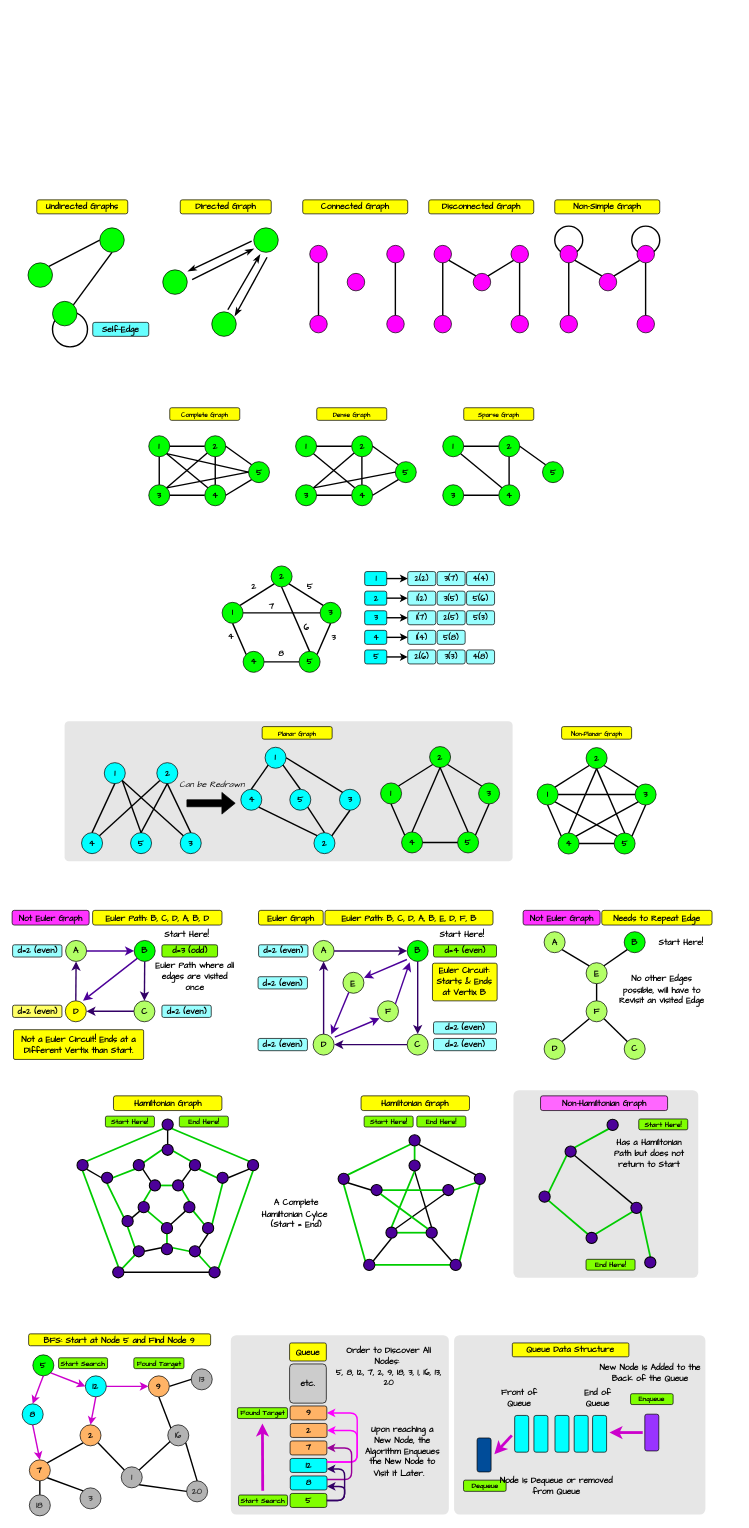
Before: Computer Science/Foundations of Computing/Module 01 Graphs and Trees/resources/Drawings.drawio in ByteToBits/CompScience, a draw.io diagram. Source tidied: cells renumbered, new cells numbered last; positions are measured from the earlier drawing's top-left corner, leaving out a move shared by most shapes. Both pictures are drawn from the tidied source at 70%, with x=0, y=0 at pixel (12, 200).
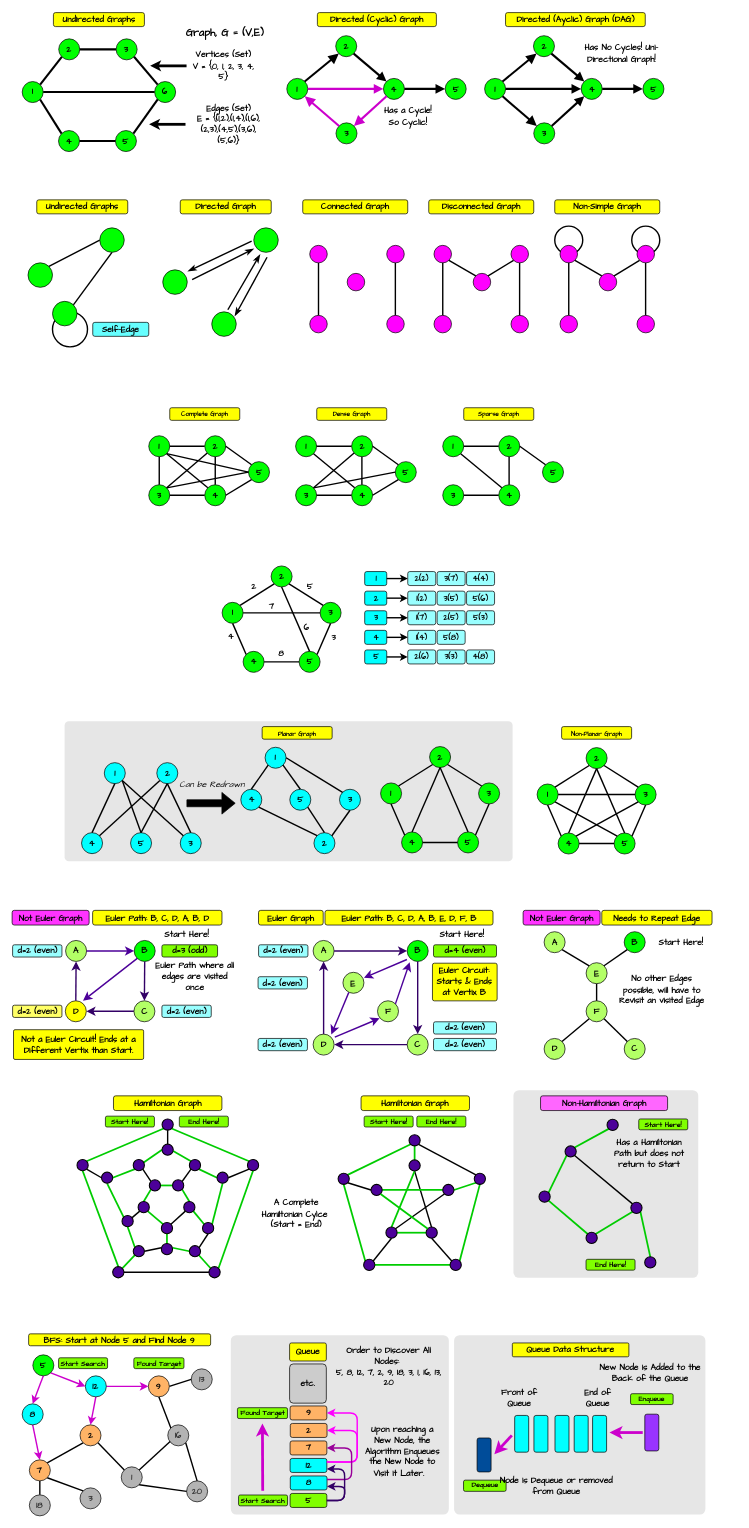
After the change.

Commit message (it also covers changes not shown here):
Added Graph Notation Diagrams for Better Understanding

Change to the diagram source:
```diff
@@
+    <mxCell id="414" value="&lt;b style=&quot;color: rgb(0, 0, 0); font-family: &amp;quot;Comic Sans MS&amp;quot;;&quot;&gt;1&lt;/b&gt;" style="ellipse;whiteSpace=wrap;html=1;fillColor=#00FF00;strokeColor=#000000;" parent="1" vertex="1">
+      <mxGeometry x="14.2" y="-169" width="30" height="30" as="geometry" />
+    </mxCell>
+    <mxCell id="415" value="&lt;font face=&quot;Comic Sans MS&quot; color=&quot;#000000&quot;&gt;&lt;b&gt;2&lt;/b&gt;&lt;/font&gt;" style="ellipse;whiteSpace=wrap;html=1;fillColor=#00FF00;strokeColor=#000000;" parent="1" vertex="1">
+      <mxGeometry x="66.4" y="-230" width="30" height="30" as="geometry" />
+    </mxCell>
+    <mxCell id="416" value="&lt;b style=&quot;color: rgb(0, 0, 0); font-family: &amp;quot;Comic Sans MS&amp;quot;;&quot;&gt;4&lt;/b&gt;" style="ellipse;whiteSpace=wrap;html=1;fillColor=#00FF00;strokeColor=#000000;" parent="1" vertex="1">
+      <mxGeometry x="66.1" y="-99" width="30" height="30" as="geometry" />
+    </mxCell>
+    <mxCell id="417" value="&lt;font face=&quot;Comic Sans MS&quot; color=&quot;#000000&quot;&gt;&lt;b&gt;5&lt;/b&gt;&lt;/font&gt;" style="ellipse;whiteSpace=wrap;html=1;fillColor=#00FF00;strokeColor=#000000;" parent="1" vertex="1">
+      <mxGeometry x="147.4" y="-99" width="30" height="30" as="geometry" />
+    </mxCell>
+    <mxCell id="418" style="endArrow=none;html=1;rounded=0;endSize=7;strokeWidth=3;strokeColor=#000000;startArrow=none;startFill=0;entryX=1;entryY=1;entryDx=0;entryDy=0;exitX=0;exitY=0;exitDx=0;exitDy=0;" parent="1" edge="1" source="416" target="414">
+      <mxGeometry relative="1" as="geometry" />
+    </mxCell>
+    <mxCell id="419" value="&lt;font face=&quot;Comic Sans MS&quot; color=&quot;#000000&quot;&gt;&lt;b&gt;3&lt;/b&gt;&lt;/font&gt;" style="ellipse;whiteSpace=wrap;html=1;fillColor=#00FF00;strokeColor=#000000;" parent="1" vertex="1">
+      <mxGeometry x="148.4" y="-230" width="30" height="30" as="geometry" />
+    </mxCell>
+    <mxCell id="420" style="endArrow=none;html=1;rounded=0;endSize=7;strokeWidth=3;strokeColor=#000000;startArrow=none;startFill=0;entryX=1;entryY=0.5;entryDx=0;entryDy=0;exitX=0;exitY=0.5;exitDx=0;exitDy=0;" parent="1" edge="1" source="417" target="416">
+      <mxGeometry relative="1" as="geometry" />
+    </mxCell>
+    <mxCell id="421" style="endArrow=none;html=1;rounded=0;endSize=7;strokeWidth=3;strokeColor=#000000;startArrow=none;startFill=0;exitX=1;exitY=0.5;exitDx=0;exitDy=0;entryX=0;entryY=0.5;entryDx=0;entryDy=0;" parent="1" edge="1" source="414" target="424">
+      <mxGeometry relative="1" as="geometry" />
+    </mxCell>
+    <mxCell id="422" style="endArrow=none;html=1;rounded=0;endSize=7;strokeWidth=3;strokeColor=#000000;startArrow=none;startFill=0;entryX=0;entryY=0.5;entryDx=0;entryDy=0;exitX=1;exitY=0.5;exitDx=0;exitDy=0;" parent="1" edge="1" source="415" target="419">
+      <mxGeometry relative="1" as="geometry" />
+    </mxCell>
+    <mxCell id="423" style="endArrow=none;html=1;rounded=0;endSize=7;strokeWidth=3;strokeColor=#000000;startArrow=none;startFill=0;entryX=0;entryY=1;entryDx=0;entryDy=0;exitX=1;exitY=0;exitDx=0;exitDy=0;" parent="1" edge="1" source="414" target="415">
+      <mxGeometry relative="1" as="geometry" />
+    </mxCell>
+    <mxCell id="424" value="&lt;font face=&quot;Comic Sans MS&quot; color=&quot;#000000&quot;&gt;&lt;b&gt;6&lt;/b&gt;&lt;/font&gt;" style="ellipse;whiteSpace=wrap;html=1;fillColor=#00FF00;strokeColor=#000000;" parent="1" vertex="1">
+      <mxGeometry x="203.4" y="-169" width="30" height="30" as="geometry" />
+    </mxCell>
+    <mxCell id="425" style="endArrow=none;html=1;rounded=0;endSize=7;strokeWidth=3;strokeColor=#000000;startArrow=none;startFill=0;entryX=0;entryY=0;entryDx=0;entryDy=0;exitX=1;exitY=1;exitDx=0;exitDy=0;" parent="1" edge="1" source="419" target="424">
+      <mxGeometry relative="1" as="geometry" />
+    </mxCell>
+    <mxCell id="426" style="endArrow=none;html=1;rounded=0;endSize=7;strokeWidth=3;strokeColor=#000000;startArrow=none;startFill=0;entryX=0;entryY=1;entryDx=0;entryDy=0;exitX=1;exitY=0;exitDx=0;exitDy=0;" parent="1" edge="1" source="417" target="424">
+      <mxGeometry relative="1" as="geometry" />
+    </mxCell>
+    <mxCell id="427" value="&lt;font face=&quot;Comic Sans MS&quot;&gt;&lt;b&gt;Edges (Set)&lt;/b&gt;&lt;/font&gt;&lt;div&gt;&lt;font face=&quot;Comic Sans MS&quot;&gt;&lt;b&gt;E = {(1,2),(1,4),(1,6),(2,3),(4,5),(3,6),(5,6)}&lt;/b&gt;&lt;/font&gt;&lt;/div&gt;" style="rounded=1;whiteSpace=wrap;html=1;fillColor=none;strokeColor=none;fontColor=#000000;" parent="1" vertex="1">
+      <mxGeometry x="254.4" y="-116.5" width="110.6" height="17.5" as="geometry" />
+    </mxCell>
+    <mxCell id="428" style="endArrow=none;html=1;rounded=0;endSize=4;strokeWidth=4;strokeColor=#000000;startArrow=classic;startFill=1;startSize=3;" parent="1" edge="1">
+      <mxGeometry relative="1" as="geometry">
+        <mxPoint x="195.5" y="-107.9" as="sourcePoint" />
+        <mxPoint x="247.5" y="-107.9" as="targetPoint" />
+      </mxGeometry>
+    </mxCell>
+    <mxCell id="429" style="endArrow=none;html=1;rounded=0;endSize=4;strokeWidth=4;strokeColor=#000000;startArrow=classic;startFill=1;startSize=3;" parent="1" edge="1">
+      <mxGeometry relative="1" as="geometry">
+        <mxPoint x="197" y="-191.4" as="sourcePoint" />
+        <mxPoint x="249" y="-191.4" as="targetPoint" />
+      </mxGeometry>
+    </mxCell>
+    <mxCell id="430" value="&lt;font face=&quot;Comic Sans MS&quot;&gt;&lt;b&gt;Vertices (Set)&lt;/b&gt;&lt;/font&gt;&lt;div&gt;&lt;font face=&quot;Comic Sans MS&quot;&gt;&lt;b&gt;V = {0, 1, 2, 3, 4, 5}&lt;/b&gt;&lt;/font&gt;&lt;/div&gt;" style="rounded=1;whiteSpace=wrap;html=1;fillColor=none;strokeColor=none;fontColor=#000000;" parent="1" vertex="1">
+      <mxGeometry x="249.1" y="-200" width="105.9" height="17.5" as="geometry" />
+    </mxCell>
+    <mxCell id="431" value="&lt;font style=&quot;font-size: 15px;&quot; face=&quot;Comic Sans MS&quot;&gt;&lt;b style=&quot;&quot;&gt;Graph, G = (V,E)&lt;/b&gt;&lt;/font&gt;" style="rounded=1;whiteSpace=wrap;html=1;fillColor=none;strokeColor=none;fontColor=#000000;" parent="1" vertex="1">
+      <mxGeometry x="209.6" y="-247.5" width="187.6" height="17.5" as="geometry" />
+    </mxCell>
+    <mxCell id="432" value="&lt;font face=&quot;Comic Sans MS&quot;&gt;&lt;b&gt;Undirected Graphs&lt;/b&gt;&lt;/font&gt;" style="rounded=1;whiteSpace=wrap;html=1;fillColor=#FFFF00;strokeColor=#000000;fontColor=#000000;" parent="1" vertex="1">
+      <mxGeometry x="58.8" y="-267.5" width="130" height="20" as="geometry" />
+    </mxCell>
+    <mxCell id="433" value="&lt;b style=&quot;color: rgb(0, 0, 0); font-family: &amp;quot;Comic Sans MS&amp;quot;;&quot;&gt;1&lt;/b&gt;" style="ellipse;whiteSpace=wrap;html=1;fillColor=#00FF00;strokeColor=#000000;" parent="1" vertex="1">
+      <mxGeometry x="392.2" y="-173.5" width="30" height="30" as="geometry" />
+    </mxCell>
+    <mxCell id="434" value="&lt;font face=&quot;Comic Sans MS&quot; color=&quot;#000000&quot;&gt;&lt;b&gt;2&lt;/b&gt;&lt;/font&gt;" style="ellipse;whiteSpace=wrap;html=1;fillColor=#00FF00;strokeColor=#000000;" parent="1" vertex="1">
+      <mxGeometry x="462.1" y="-234.5" width="30" height="30" as="geometry" />
+    </mxCell>
+    <mxCell id="435" value="&lt;b style=&quot;color: rgb(0, 0, 0); font-family: &amp;quot;Comic Sans MS&amp;quot;;&quot;&gt;3&lt;/b&gt;" style="ellipse;whiteSpace=wrap;html=1;fillColor=#00FF00;strokeColor=#000000;" parent="1" vertex="1">
+      <mxGeometry x="462.5" y="-110" width="30" height="30" as="geometry" />
+    </mxCell>
+    <mxCell id="436" style="endArrow=block;html=1;rounded=0;endSize=7;strokeWidth=3;strokeColor=#CC00CC;startArrow=none;startFill=0;entryX=1;entryY=1;entryDx=0;entryDy=0;exitX=0;exitY=0;exitDx=0;exitDy=0;endFill=1;" parent="1" edge="1" source="435" target="433">
+      <mxGeometry relative="1" as="geometry" />
+    </mxCell>
+    <mxCell id="437" value="&lt;font face=&quot;Comic Sans MS&quot; color=&quot;#000000&quot;&gt;&lt;b&gt;4&lt;/b&gt;&lt;/font&gt;" style="ellipse;whiteSpace=wrap;html=1;fillColor=#00FF00;strokeColor=#000000;" parent="1" vertex="1">
+      <mxGeometry x="530.3" y="-173.5" width="30" height="30" as="geometry" />
+    </mxCell>
+    <mxCell id="438" style="endArrow=block;html=1;rounded=0;endSize=7;strokeWidth=3;strokeColor=#000000;startArrow=none;startFill=0;entryX=0;entryY=1;entryDx=0;entryDy=0;exitX=1;exitY=0;exitDx=0;exitDy=0;endFill=1;" parent="1" edge="1" source="433" target="434">
+      <mxGeometry relative="1" as="geometry" />
+    </mxCell>
+    <mxCell id="439" style="endArrow=block;html=1;rounded=0;endSize=7;strokeWidth=3;strokeColor=#CC00CC;startArrow=none;startFill=0;entryX=1;entryY=0;entryDx=0;entryDy=0;exitX=0;exitY=1;exitDx=0;exitDy=0;endFill=1;" parent="1" edge="1" source="437" target="435">
+      <mxGeometry relative="1" as="geometry" />
+    </mxCell>
+    <mxCell id="440" style="endArrow=none;html=1;rounded=0;endSize=7;strokeWidth=3;strokeColor=#000000;startArrow=block;startFill=1;entryX=1;entryY=1;entryDx=0;entryDy=0;exitX=0;exitY=0;exitDx=0;exitDy=0;endFill=0;" parent="1" edge="1" source="437" target="434">
+      <mxGeometry relative="1" as="geometry" />
+    </mxCell>
+    <mxCell id="441" value="&lt;font face=&quot;Comic Sans MS&quot; color=&quot;#000000&quot;&gt;&lt;b&gt;5&lt;/b&gt;&lt;/font&gt;" style="ellipse;whiteSpace=wrap;html=1;fillColor=#00FF00;strokeColor=#000000;" parent="1" vertex="1">
+      <mxGeometry x="618.5" y="-173.5" width="30" height="30" as="geometry" />
+    </mxCell>
+    <mxCell id="442" style="endArrow=none;html=1;rounded=0;endSize=7;strokeWidth=3;strokeColor=#000000;startArrow=block;startFill=1;exitX=0;exitY=0.5;exitDx=0;exitDy=0;entryX=1;entryY=0.5;entryDx=0;entryDy=0;endFill=0;" parent="1" edge="1" source="441" target="437">
+      <mxGeometry relative="1" as="geometry" />
+    </mxCell>
+    <mxCell id="443" style="endArrow=none;html=1;rounded=0;endSize=7;strokeWidth=3;strokeColor=#CC00CC;startArrow=block;startFill=1;exitX=0;exitY=0.5;exitDx=0;exitDy=0;entryX=1;entryY=0.5;entryDx=0;entryDy=0;endFill=0;" parent="1" edge="1" source="437" target="433">
+      <mxGeometry relative="1" as="geometry" />
+    </mxCell>
+    <mxCell id="444" value="&lt;font face=&quot;Comic Sans MS&quot;&gt;&lt;b&gt;Directed (Cyclic) Graph&lt;/b&gt;&lt;/font&gt;" style="rounded=1;whiteSpace=wrap;html=1;fillColor=#FFFF00;strokeColor=#000000;fontColor=#000000;" parent="1" vertex="1">
+      <mxGeometry x="435.9" y="-267.5" width="170" height="20" as="geometry" />
+    </mxCell>
+    <mxCell id="445" value="&lt;font face=&quot;Comic Sans MS&quot;&gt;&lt;b&gt;Has a Cycle! So Cyclic!&lt;/b&gt;&lt;/font&gt;" style="rounded=1;whiteSpace=wrap;html=1;fillColor=none;strokeColor=none;fontColor=#000000;" parent="1" vertex="1">
+      <mxGeometry x="522.9" y="-127.5" width="85.2" height="17.5" as="geometry" />
+    </mxCell>
+    <mxCell id="446" value="&lt;b style=&quot;color: rgb(0, 0, 0); font-family: &amp;quot;Comic Sans MS&amp;quot;;&quot;&gt;1&lt;/b&gt;" style="ellipse;whiteSpace=wrap;html=1;fillColor=#00FF00;strokeColor=#000000;" parent="1" vertex="1">
+      <mxGeometry x="674.8" y="-173.5" width="30" height="30" as="geometry" />
+    </mxCell>
+    <mxCell id="447" value="&lt;font face=&quot;Comic Sans MS&quot; color=&quot;#000000&quot;&gt;&lt;b&gt;2&lt;/b&gt;&lt;/font&gt;" style="ellipse;whiteSpace=wrap;html=1;fillColor=#00FF00;strokeColor=#000000;" parent="1" vertex="1">
+      <mxGeometry x="744.6" y="-234.5" width="30" height="30" as="geometry" />
+    </mxCell>
+    <mxCell id="448" value="&lt;b style=&quot;color: rgb(0, 0, 0); font-family: &amp;quot;Comic Sans MS&amp;quot;;&quot;&gt;3&lt;/b&gt;" style="ellipse;whiteSpace=wrap;html=1;fillColor=#00FF00;strokeColor=#000000;" parent="1" vertex="1">
+      <mxGeometry x="745" y="-110" width="30" height="30" as="geometry" />
+    </mxCell>
+    <mxCell id="449" value="&lt;font face=&quot;Comic Sans MS&quot; color=&quot;#000000&quot;&gt;&lt;b&gt;4&lt;/b&gt;&lt;/font&gt;" style="ellipse;whiteSpace=wrap;html=1;fillColor=#00FF00;strokeColor=#000000;" parent="1" vertex="1">
+      <mxGeometry x="812.8" y="-173.5" width="30" height="30" as="geometry" />
+    </mxCell>
+    <mxCell id="450" style="endArrow=block;html=1;rounded=0;endSize=7;strokeWidth=3;strokeColor=#000000;startArrow=none;startFill=0;entryX=0;entryY=1;entryDx=0;entryDy=0;exitX=1;exitY=0;exitDx=0;exitDy=0;endFill=1;" parent="1" edge="1" source="446" target="447">
+      <mxGeometry relative="1" as="geometry" />
+    </mxCell>
+    <mxCell id="451" style="endArrow=none;html=1;rounded=0;endSize=7;strokeWidth=3;strokeColor=#000000;startArrow=block;startFill=1;entryX=1;entryY=1;entryDx=0;entryDy=0;exitX=0;exitY=0;exitDx=0;exitDy=0;endFill=0;" parent="1" edge="1" source="449" target="447">
+      <mxGeometry relative="1" as="geometry" />
+    </mxCell>
+    <mxCell id="452" value="&lt;font face=&quot;Comic Sans MS&quot; color=&quot;#000000&quot;&gt;&lt;b&gt;5&lt;/b&gt;&lt;/font&gt;" style="ellipse;whiteSpace=wrap;html=1;fillColor=#00FF00;strokeColor=#000000;" parent="1" vertex="1">
+      <mxGeometry x="901" y="-173.5" width="30" height="30" as="geometry" />
+    </mxCell>
+    <mxCell id="453" style="endArrow=none;html=1;rounded=0;endSize=7;strokeWidth=3;strokeColor=#000000;startArrow=block;startFill=1;exitX=0;exitY=0.5;exitDx=0;exitDy=0;entryX=1;entryY=0.5;entryDx=0;entryDy=0;endFill=0;" parent="1" edge="1" source="452" target="449">
+      <mxGeometry relative="1" as="geometry" />
+    </mxCell>
+    <mxCell id="454" style="endArrow=none;html=1;rounded=0;endSize=7;strokeWidth=3;strokeColor=#000000;startArrow=block;startFill=1;exitX=0;exitY=0.5;exitDx=0;exitDy=0;entryX=1;entryY=0.5;entryDx=0;entryDy=0;endFill=0;" parent="1" edge="1" source="449" target="446">
+      <mxGeometry relative="1" as="geometry" />
+    </mxCell>
+    <mxCell id="455" value="&lt;font face=&quot;Comic Sans MS&quot;&gt;&lt;b&gt;Directed (Ayclic) Graph (DAG)&lt;/b&gt;&lt;/font&gt;" style="rounded=1;whiteSpace=wrap;html=1;fillColor=#FFFF00;strokeColor=#000000;fontColor=#000000;" parent="1" vertex="1">
+      <mxGeometry x="704.7" y="-267.5" width="199.6" height="20" as="geometry" />
+    </mxCell>
+    <mxCell id="456" value="&lt;font face=&quot;Comic Sans MS&quot;&gt;&lt;b&gt;Has No Cycles! Uni-Directional Graph!&lt;/b&gt;&lt;/font&gt;" style="rounded=1;whiteSpace=wrap;html=1;fillColor=none;strokeColor=none;fontColor=#000000;" parent="1" vertex="1">
+      <mxGeometry x="812.8" y="-217.5" width="115.2" height="17.5" as="geometry" />
+    </mxCell>
+    <mxCell id="457" style="endArrow=block;html=1;rounded=0;endSize=7;strokeWidth=3;strokeColor=#000000;startArrow=none;startFill=0;entryX=0;entryY=0;entryDx=0;entryDy=0;exitX=1;exitY=1;exitDx=0;exitDy=0;endFill=1;" parent="1" edge="1" source="446" target="448">
+      <mxGeometry relative="1" as="geometry" />
+    </mxCell>
+    <mxCell id="458" style="endArrow=none;html=1;rounded=0;endSize=7;strokeWidth=3;strokeColor=#000000;startArrow=block;startFill=1;entryX=1;entryY=0;entryDx=0;entryDy=0;exitX=0;exitY=1;exitDx=0;exitDy=0;endFill=0;" parent="1" edge="1" source="449" target="448">
+      <mxGeometry relative="1" as="geometry" />
+    </mxCell>
```
